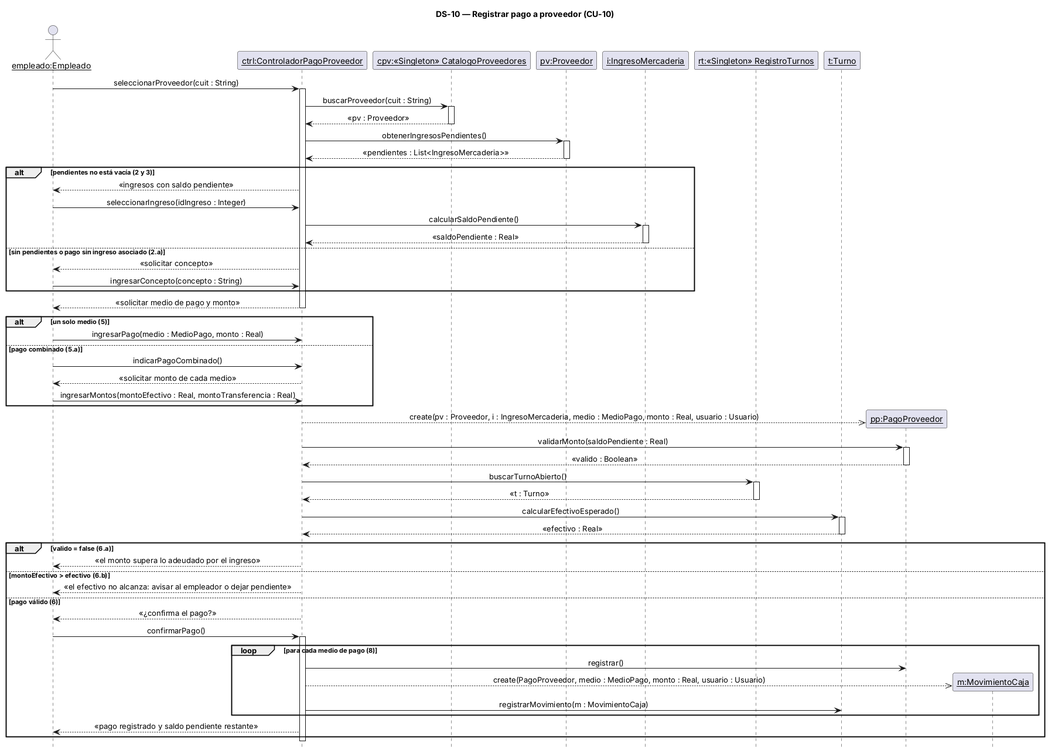
The PlantUML diagram 08-Diagrama De Secuencia/DS-10 Registrar pago a proveedor.png in alanbalzaretti123/control-de-stock1, before a commit.
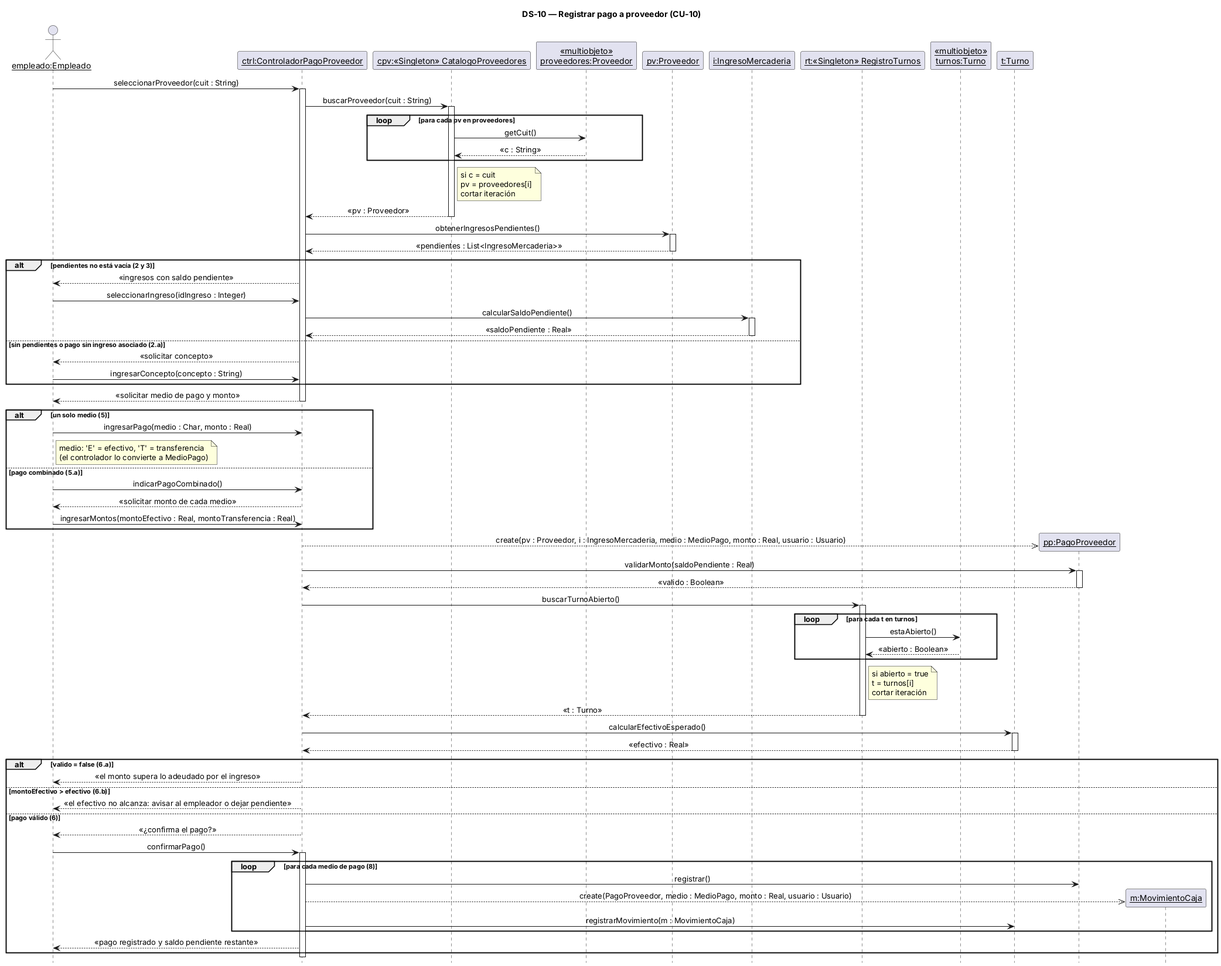
Later version of the same file.

Diff of the diagram source:
```diff
@@ -8,15 +8,22 @@
 actor "empleado:Empleado" as U
 participant "ctrl:ControladorPagoProveedor" as C
 participant "cpv:«Singleton» CatalogoProveedores" as CPV
+participant "«multiobjeto»\nproveedores:Proveedor" as MPV
 participant "pv:Proveedor" as PV
 participant "i:IngresoMercaderia" as I
 participant "rt:«Singleton» RegistroTurnos" as RT
+participant "«multiobjeto»\nturnos:Turno" as MTU
 participant "t:Turno" as T
 
 U -> C : seleccionarProveedor(cuit : String)
 activate C
 C -> CPV : buscarProveedor(cuit : String)
 activate CPV
+loop para cada pv en proveedores
+  CPV -> MPV : getCuit()
+  MPV --> CPV : «c : String»
+end
+note right of CPV : si c = cuit\npv = proveedores[i]\ncortar iteración
 CPV --> C : «pv : Proveedor»
 deactivate CPV
 C -> PV : obtenerIngresosPendientes()
@@ -38,7 +45,8 @@
 deactivate C
 
 alt un solo medio (5)
-  U -> C : ingresarPago(medio : MedioPago, monto : Real)
+  U -> C : ingresarPago(medio : Char, monto : Real)
+  note right of U : medio: 'E' = efectivo, 'T' = transferencia\n(el controlador lo convierte a MedioPago)
 else pago combinado (5.a)
   U -> C : indicarPagoCombinado()
   C --> U : «solicitar monto de cada medio»
@@ -53,6 +61,11 @@
 deactivate PP
 C -> RT : buscarTurnoAbierto()
 activate RT
+loop para cada t en turnos
+  RT -> MTU : estaAbierto()
+  MTU --> RT : «abierto : Boolean»
+end
+note right of RT : si abierto = true\nt = turnos[i]\ncortar iteración
 RT --> C : «t : Turno»
 deactivate RT
 C -> T : calcularEfectivoEsperado()
```
